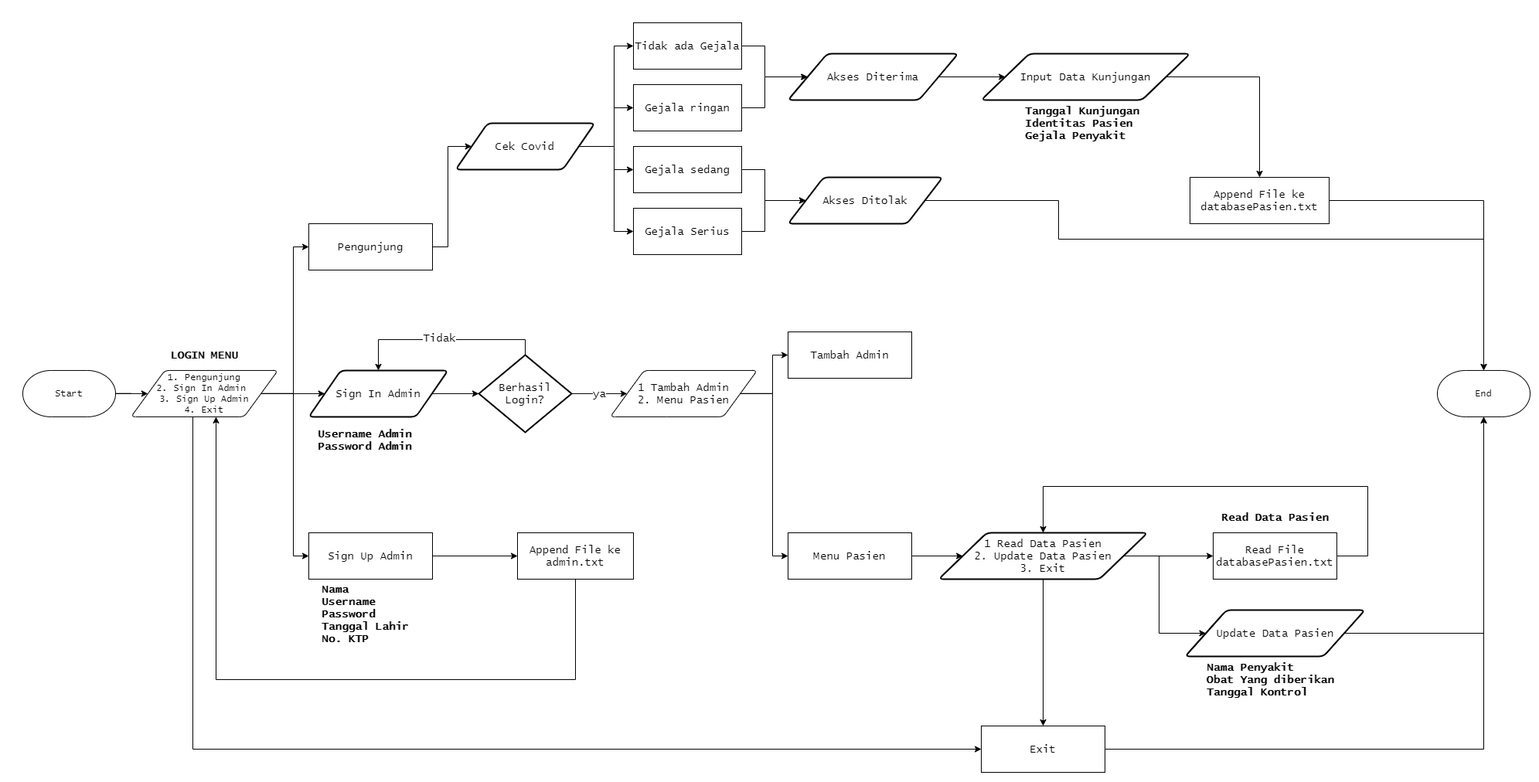
The draw.io diagram Flowchart3.png in kuroyamii/final-project-collaboration, before a commit. Source tidied: cells renumbered, new cells last; positions are measured from the earlier drawing's top-left corner, leaving out a move shared by most shapes.
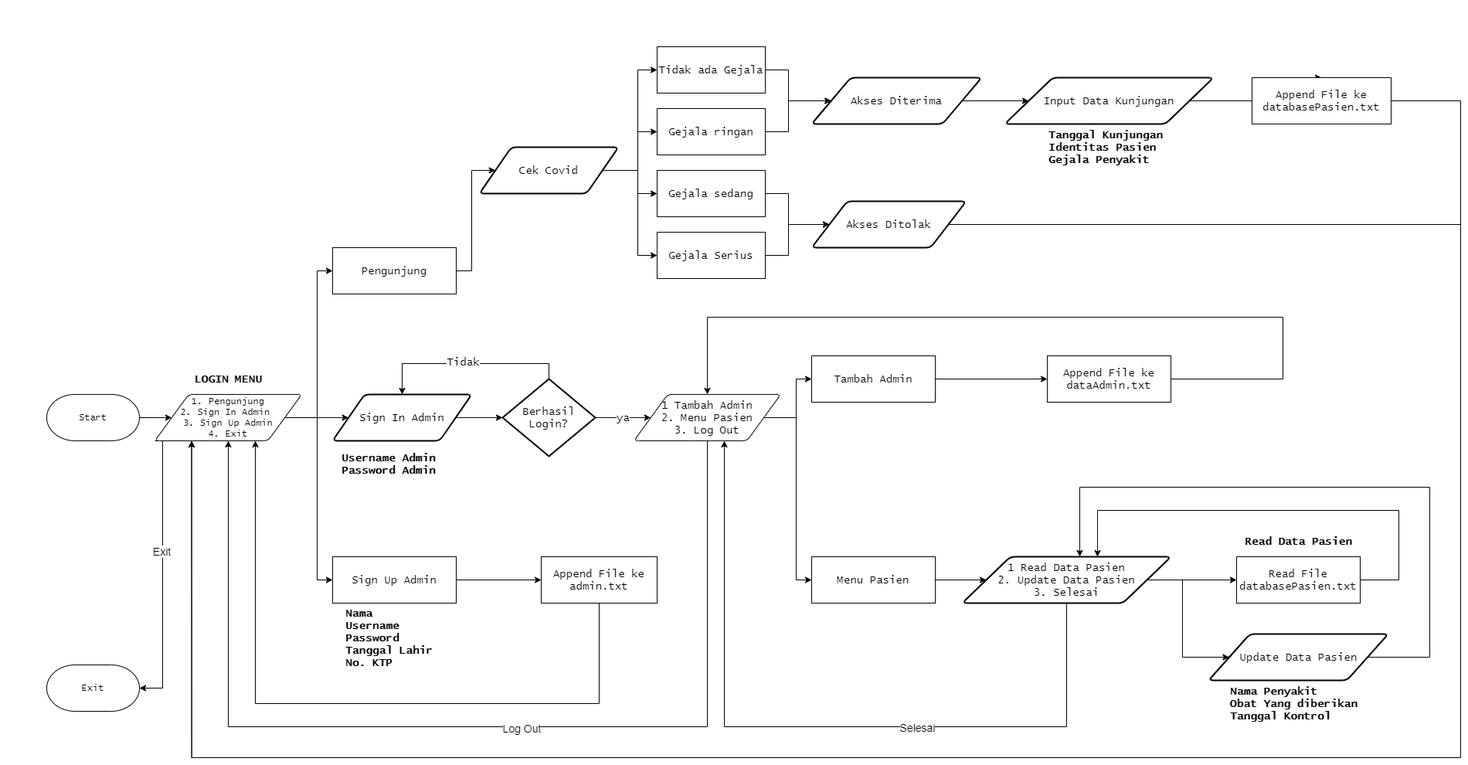
After the change.

What changed in the source:
```diff
@@ -27,13 +27,17 @@
     <mxCell id="6" style="edgeStyle=orthogonalEdgeStyle;rounded=0;jettySize=auto;html=1;fontFamily=Lucida Console;fontSize=14;" parent="1" edge="1" source="8" target="38">
       <mxGeometry relative="1" as="geometry" />
     </mxCell>
-    <mxCell id="7" style="edgeStyle=orthogonalEdgeStyle;rounded=0;jettySize=auto;html=1;entryX=0;entryY=0.5;entryDx=0;entryDy=0;fontFamily=Lucida Console;fontSize=14;" parent="1" edge="1" source="8" target="64">
-      <mxGeometry relative="1" as="geometry">
-        <Array as="points">
-          <mxPoint x="220" y="940" />
-        </Array>
-      </mxGeometry>
-    </mxCell>
+    <mxCell id="65" style="edgeStyle=orthogonalEdgeStyle;rounded=0;jettySize=auto;html=1;exitX=0;exitY=1;exitDx=0;exitDy=0;entryX=1;entryY=0.5;entryDx=0;entryDy=0;entryPerimeter=0;fontSize=14;" parent="1" edge="1" source="8" target="85">
+      <mxGeometry relative="1" as="geometry">
+        <Array as="points">
+          <mxPoint x="150" y="510" />
+          <mxPoint x="150" y="830" />
+        </Array>
+      </mxGeometry>
+    </mxCell>
+    <mxCell id="66" value="Exit" style="edgeLabel;html=1;align=center;verticalAlign=middle;fontSize=14;" parent="65" vertex="1">
+      <mxGeometry x="-0.15" y="-2" relative="1" as="geometry" />
+    </mxCell>
     <mxCell id="8" value="1. Pengunjung&lt;br&gt;2. Sign In Admin&amp;nbsp;&lt;br&gt;3. Sign Up Admin&lt;br&gt;4. Exit" style="shape=parallelogram;html=1;strokeWidth=1;perimeter=parallelogramPerimeter;whiteSpace=wrap;rounded=1;arcSize=12;size=0.23;labelBackgroundColor=none;fontFamily=Lucida Console;align=center;" parent="1" vertex="1">
       <mxGeometry x="140" y="449.9" width="190" height="60" as="geometry" />
     </mxCell>
@@ -102,15 +106,15 @@
     <mxCell id="28" value="Akses Diterima" style="shape=parallelogram;html=1;strokeWidth=2;perimeter=parallelogramPerimeter;whiteSpace=wrap;rounded=1;arcSize=12;size=0.23;labelBackgroundColor=none;fontFamily=Lucida Console;fontSize=14;align=center;" parent="1" vertex="1">
       <mxGeometry x="990" y="40" width="220" height="60" as="geometry" />
     </mxCell>
-    <mxCell id="29" style="edgeStyle=orthogonalEdgeStyle;rounded=0;jettySize=auto;html=1;entryX=0.5;entryY=0;entryDx=0;entryDy=0;entryPerimeter=0;fontFamily=Lucida Console;fontSize=14;" parent="1" edge="1" source="30" target="36">
-      <mxGeometry relative="1" as="geometry">
-        <Array as="points">
-          <mxPoint x="1340" y="230" />
-          <mxPoint x="1340" y="280" />
-          <mxPoint x="1890" y="280" />
-        </Array>
-      </mxGeometry>
-    </mxCell>
+    <mxCell id="67" style="edgeStyle=orthogonalEdgeStyle;rounded=0;jettySize=auto;html=1;entryX=0.25;entryY=1;entryDx=0;entryDy=0;fontSize=14;" parent="1" edge="1" source="30" target="8">
+      <mxGeometry relative="1" as="geometry">
+        <Array as="points">
+          <mxPoint x="1830" y="230" />
+          <mxPoint x="1830" y="920" />
+          <mxPoint x="188" y="920" />
+        </Array>
+      </mxGeometry>
+    </mxCell>
     <mxCell id="30" value="Akses Ditolak" style="shape=parallelogram;html=1;strokeWidth=2;perimeter=parallelogramPerimeter;whiteSpace=wrap;rounded=1;arcSize=12;size=0.23;labelBackgroundColor=none;fontFamily=Lucida Console;fontSize=14;align=center;" parent="1" vertex="1">
       <mxGeometry x="990" y="200" width="200" height="60" as="geometry" />
     </mxCell>
@@ -127,15 +131,18 @@
     <mxCell id="33" value="Tanggal Kunjungan&lt;br&gt;Identitas Pasien&lt;br&gt;&lt;div style=&quot;&quot;&gt;&lt;span&gt;Gejala Penyakit&lt;/span&gt;&lt;/div&gt;" style="text;html=1;align=left;verticalAlign=middle;strokeColor=none;fontSize=14;fontFamily=Lucida Console;fontStyle=1;" parent="1" vertex="1">
       <mxGeometry x="1295" y="100" width="160" height="60" as="geometry" />
     </mxCell>
-    <mxCell id="34" style="edgeStyle=orthogonalEdgeStyle;rounded=0;jettySize=auto;html=1;fontFamily=Lucida Console;fontSize=14;" parent="1" edge="1" source="35" target="36">
-      <mxGeometry relative="1" as="geometry" />
-    </mxCell>
+    <mxCell id="68" style="edgeStyle=orthogonalEdgeStyle;rounded=0;jettySize=auto;html=1;entryX=0.25;entryY=1;entryDx=0;entryDy=0;fontSize=14;" parent="1" edge="1" source="35" target="8">
+      <mxGeometry relative="1" as="geometry">
+        <Array as="points">
+          <mxPoint x="1830" y="70" />
+          <mxPoint x="1830" y="920" />
+          <mxPoint x="188" y="920" />
+        </Array>
+      </mxGeometry>
+    </mxCell>
     <mxCell id="35" value="Append File ke&lt;br&gt;databasePasien.txt" style="rounded=0;whiteSpace=wrap;html=1;labelBackgroundColor=none;fontFamily=Lucida Console;fontSize=14;strokeWidth=1;align=center;" parent="1" vertex="1">
-      <mxGeometry x="1510" y="200" width="180" height="60" as="geometry" />
+      <mxGeometry x="1560" y="40" width="180" height="60" as="geometry" />
     </mxCell>
-    <mxCell id="36" value="End" style="strokeWidth=1;html=1;shape=mxgraph.flowchart.terminator;whiteSpace=wrap;fontFamily=Lucida Console;labelBackgroundColor=none;" parent="1" vertex="1">
-      <mxGeometry x="1830" y="449.9" width="120" height="60" as="geometry" />
-    </mxCell>
     <mxCell id="37" style="edgeStyle=orthogonalEdgeStyle;rounded=0;jettySize=auto;html=1;entryX=0;entryY=0.5;entryDx=0;entryDy=0;entryPerimeter=0;fontFamily=Lucida Console;fontSize=14;" parent="1" edge="1" source="38" target="42">
       <mxGeometry relative="1" as="geometry" />
     </mxCell>
@@ -153,7 +160,7 @@
     <mxCell id="40" value="Tidak" style="edgeLabel;html=1;align=center;verticalAlign=middle;fontSize=14;fontFamily=Lucida Console;" parent="39" vertex="1">
       <mxGeometry x="0.05" y="-3" relative="1" as="geometry" />
     </mxCell>
-    <mxCell id="41" value="ya" style="edgeStyle=orthogonalEdgeStyle;rounded=0;jettySize=auto;html=1;fontFamily=Lucida Console;fontSize=14;" parent="1" edge="1" source="42" target="49">
+    <mxCell id="41" value="ya" style="edgeStyle=orthogonalEdgeStyle;rounded=0;jettySize=auto;html=1;fontFamily=Lucida Console;fontSize=14;" parent="1" edge="1" source="42" target="73">
       <mxGeometry relative="1" as="geometry" />
     </mxCell>
     <mxCell id="42" value="Berhasil Login?" style="strokeWidth=2;html=1;shape=mxgraph.flowchart.decision;whiteSpace=wrap;labelBackgroundColor=none;fontFamily=Lucida Console;fontSize=14;align=center;" parent="1" vertex="1">
@@ -169,77 +176,118 @@
       <mxGeometry relative="1" as="geometry">
         <Array as="points">
           <mxPoint x="715" y="850" />
-          <mxPoint x="250" y="850" />
+          <mxPoint x="270" y="850" />
         </Array>
       </mxGeometry>
     </mxCell>
     <mxCell id="46" value="Append File ke&lt;br&gt;admin.txt" style="rounded=0;whiteSpace=wrap;html=1;labelBackgroundColor=none;fontFamily=Lucida Console;fontSize=14;strokeWidth=1;align=center;" parent="1" vertex="1">
       <mxGeometry x="640" y="660" width="150" height="60" as="geometry" />
     </mxCell>
-    <mxCell id="47" style="edgeStyle=orthogonalEdgeStyle;rounded=0;jettySize=auto;html=1;entryX=0;entryY=0.5;entryDx=0;entryDy=0;fontFamily=Lucida Console;fontSize=14;" parent="1" edge="1" source="49" target="52">
-      <mxGeometry relative="1" as="geometry" />
-    </mxCell>
-    <mxCell id="48" style="edgeStyle=orthogonalEdgeStyle;rounded=0;jettySize=auto;html=1;entryX=0;entryY=0.5;entryDx=0;entryDy=0;fontFamily=Lucida Console;fontSize=14;" parent="1" edge="1" source="49" target="51">
-      <mxGeometry relative="1" as="geometry" />
-    </mxCell>
-    <mxCell id="49" value="1 Tambah Admin&lt;br style=&quot;font-size: 14px;&quot;&gt;2. Menu Pasien" style="shape=parallelogram;html=1;strokeWidth=1;perimeter=parallelogramPerimeter;whiteSpace=wrap;rounded=1;arcSize=12;size=0.23;labelBackgroundColor=none;fontFamily=Lucida Console;align=center;fontSize=14;" parent="1" vertex="1">
-      <mxGeometry x="760" y="449.9" width="190" height="60" as="geometry" />
-    </mxCell>
-    <mxCell id="50" style="edgeStyle=orthogonalEdgeStyle;rounded=0;jettySize=auto;html=1;fontFamily=Lucida Console;fontSize=14;" parent="1" edge="1" source="51" target="56">
-      <mxGeometry relative="1" as="geometry" />
-    </mxCell>
+    <mxCell id="69" style="edgeStyle=orthogonalEdgeStyle;rounded=0;jettySize=auto;html=1;entryX=0;entryY=0.5;entryDx=0;entryDy=0;fontFamily=Lucida Console;fontSize=14;" parent="1" edge="1" source="73" target="52">
+      <mxGeometry relative="1" as="geometry" />
+    </mxCell>
+    <mxCell id="70" style="edgeStyle=orthogonalEdgeStyle;rounded=0;jettySize=auto;html=1;entryX=0;entryY=0.5;entryDx=0;entryDy=0;fontFamily=Lucida Console;fontSize=14;" parent="1" edge="1" source="73" target="51">
+      <mxGeometry relative="1" as="geometry" />
+    </mxCell>
+    <mxCell id="71" style="edgeStyle=orthogonalEdgeStyle;rounded=0;jettySize=auto;html=1;entryX=0.5;entryY=1;entryDx=0;entryDy=0;fontSize=14;" parent="1" edge="1" source="73" target="8">
+      <mxGeometry relative="1" as="geometry">
+        <Array as="points">
+          <mxPoint x="855" y="880" />
+          <mxPoint x="235" y="880" />
+        </Array>
+      </mxGeometry>
+    </mxCell>
+    <mxCell id="72" value="Log Out" style="edgeLabel;html=1;align=center;verticalAlign=middle;fontSize=14;" parent="71" vertex="1">
+      <mxGeometry x="-0.1" y="1" relative="1" as="geometry">
+        <mxPoint x="1" as="offset" />
+      </mxGeometry>
+    </mxCell>
+    <mxCell id="73" value="1 Tambah Admin&lt;br style=&quot;font-size: 14px&quot;&gt;2. Menu Pasien&lt;br&gt;3. Log Out" style="shape=parallelogram;html=1;strokeWidth=1;perimeter=parallelogramPerimeter;whiteSpace=wrap;rounded=1;arcSize=12;size=0.23;labelBackgroundColor=none;fontFamily=Lucida Console;align=center;fontSize=14;" parent="1" vertex="1">
+      <mxGeometry x="760" y="449.9" width="190" height="60" as="geometry" />
+    </mxCell>
+    <mxCell id="74" style="edgeStyle=orthogonalEdgeStyle;rounded=0;jettySize=auto;html=1;fontFamily=Lucida Console;fontSize=14;" parent="1" edge="1" source="51" target="80">
+      <mxGeometry relative="1" as="geometry" />
+    </mxCell>
     <mxCell id="51" value="Menu Pasien" style="rounded=0;whiteSpace=wrap;html=1;labelBackgroundColor=none;fontFamily=Lucida Console;fontSize=14;strokeWidth=1;align=center;" parent="1" vertex="1">
       <mxGeometry x="990" y="660" width="160" height="60" as="geometry" />
     </mxCell>
+    <mxCell id="75" style="edgeStyle=orthogonalEdgeStyle;rounded=0;jettySize=auto;html=1;entryX=0;entryY=0.5;entryDx=0;entryDy=0;fontSize=14;" parent="1" edge="1" source="52" target="84">
+      <mxGeometry relative="1" as="geometry" />
+    </mxCell>
     <mxCell id="52" value="Tambah Admin" style="rounded=0;whiteSpace=wrap;html=1;labelBackgroundColor=none;fontFamily=Lucida Console;fontSize=14;strokeWidth=1;align=center;" parent="1" vertex="1">
       <mxGeometry x="990" y="400" width="160" height="60" as="geometry" />
     </mxCell>
-    <mxCell id="53" style="edgeStyle=orthogonalEdgeStyle;rounded=0;jettySize=auto;html=1;entryX=0;entryY=0.5;entryDx=0;entryDy=0;fontFamily=Lucida Console;fontSize=14;" parent="1" edge="1" source="56" target="58">
-      <mxGeometry relative="1" as="geometry" />
-    </mxCell>
-    <mxCell id="54" style="edgeStyle=orthogonalEdgeStyle;rounded=0;jettySize=auto;html=1;entryX=0;entryY=0.5;entryDx=0;entryDy=0;fontFamily=Lucida Console;fontSize=14;" parent="1" edge="1" source="56" target="61">
-      <mxGeometry relative="1" as="geometry">
-        <Array as="points">
-          <mxPoint x="1470" y="690" />
-          <mxPoint x="1470" y="790" />
-        </Array>
-      </mxGeometry>
-    </mxCell>
-    <mxCell id="55" style="edgeStyle=orthogonalEdgeStyle;rounded=0;jettySize=auto;html=1;entryX=0.5;entryY=0;entryDx=0;entryDy=0;fontFamily=Lucida Console;fontSize=14;" parent="1" edge="1" source="56" target="64">
-      <mxGeometry relative="1" as="geometry" />
-    </mxCell>
-    <mxCell id="56" value="1 Read Data Pasien&lt;br&gt;2. Update Data Pasien&lt;br&gt;3. Exit" style="shape=parallelogram;html=1;strokeWidth=2;perimeter=parallelogramPerimeter;whiteSpace=wrap;rounded=1;arcSize=12;size=0.23;labelBackgroundColor=none;fontFamily=Lucida Console;fontSize=14;align=center;" parent="1" vertex="1">
-      <mxGeometry x="1185" y="660" width="270" height="60" as="geometry" />
-    </mxCell>
-    <mxCell id="57" style="edgeStyle=orthogonalEdgeStyle;rounded=0;jettySize=auto;html=1;entryX=0.5;entryY=0;entryDx=0;entryDy=0;fontFamily=Lucida Console;fontSize=14;" parent="1" edge="1" source="58" target="56">
-      <mxGeometry relative="1" as="geometry">
-        <Array as="points">
-          <mxPoint x="1740" y="690" />
-          <mxPoint x="1740" y="600" />
-          <mxPoint x="1320" y="600" />
-        </Array>
-      </mxGeometry>
-    </mxCell>
+    <mxCell id="76" style="edgeStyle=orthogonalEdgeStyle;rounded=0;jettySize=auto;html=1;entryX=0;entryY=0.5;entryDx=0;entryDy=0;fontFamily=Lucida Console;fontSize=14;" parent="1" edge="1" source="80" target="58">
+      <mxGeometry relative="1" as="geometry" />
+    </mxCell>
+    <mxCell id="77" style="edgeStyle=orthogonalEdgeStyle;rounded=0;jettySize=auto;html=1;entryX=0;entryY=0.5;entryDx=0;entryDy=0;fontFamily=Lucida Console;fontSize=14;" parent="1" edge="1" source="80" target="61">
+      <mxGeometry relative="1" as="geometry">
+        <Array as="points">
+          <mxPoint x="1470" y="690" />
+          <mxPoint x="1470" y="790" />
+        </Array>
+      </mxGeometry>
+    </mxCell>
+    <mxCell id="78" style="edgeStyle=orthogonalEdgeStyle;rounded=0;jettySize=auto;html=1;fontSize=14;" parent="1" edge="1" source="80">
+      <mxGeometry relative="1" as="geometry">
+        <mxPoint x="877" y="510" as="targetPoint" />
+        <Array as="points">
+          <mxPoint x="1320" y="880" />
+          <mxPoint x="877" y="880" />
+        </Array>
+      </mxGeometry>
+    </mxCell>
+    <mxCell id="79" value="Selesai" style="edgeLabel;html=1;align=center;verticalAlign=middle;fontSize=14;" parent="78" vertex="1">
+      <mxGeometry x="-0.27" relative="1" as="geometry" />
+    </mxCell>
+    <mxCell id="80" value="1 Read Data Pasien&lt;br&gt;2. Update Data Pasien&lt;br&gt;3. Selesai" style="shape=parallelogram;html=1;strokeWidth=2;perimeter=parallelogramPerimeter;whiteSpace=wrap;rounded=1;arcSize=12;size=0.23;labelBackgroundColor=none;fontFamily=Lucida Console;fontSize=14;align=center;" parent="1" vertex="1">
+      <mxGeometry x="1185" y="660" width="270" height="60" as="geometry" />
+    </mxCell>
+    <mxCell id="81" style="edgeStyle=orthogonalEdgeStyle;rounded=0;jettySize=auto;html=1;fontSize=14;" parent="1" edge="1" source="58">
+      <mxGeometry relative="1" as="geometry">
+        <mxPoint x="1360" y="660" as="targetPoint" />
+        <Array as="points">
+          <mxPoint x="1750" y="690" />
+          <mxPoint x="1750" y="600" />
+          <mxPoint x="1360" y="600" />
+        </Array>
+      </mxGeometry>
+    </mxCell>
     <mxCell id="58" value="Read File&lt;br&gt;databasePasien.txt" style="rounded=0;whiteSpace=wrap;html=1;labelBackgroundColor=none;fontFamily=Lucida Console;fontSize=14;strokeWidth=1;align=center;" parent="1" vertex="1">
       <mxGeometry x="1540" y="660" width="160" height="60" as="geometry" />
     </mxCell>
     <mxCell id="59" value="Read Data Pasien" style="text;html=1;align=center;verticalAlign=middle;strokeColor=none;fontSize=14;fontFamily=Lucida Console;fontStyle=1;" parent="1" vertex="1">
       <mxGeometry x="1545" y="630" width="150" height="20" as="geometry" />
     </mxCell>
-    <mxCell id="60" style="edgeStyle=orthogonalEdgeStyle;rounded=0;jettySize=auto;html=1;entryX=0.5;entryY=1;entryDx=0;entryDy=0;entryPerimeter=0;fontFamily=Lucida Console;fontSize=14;" parent="1" edge="1" source="61" target="36">
-      <mxGeometry relative="1" as="geometry" />
-    </mxCell>
+    <mxCell id="82" style="edgeStyle=orthogonalEdgeStyle;rounded=0;jettySize=auto;html=1;entryX=0.563;entryY=-0.002;entryDx=0;entryDy=0;entryPerimeter=0;fontSize=14;" parent="1" edge="1" source="61" target="80">
+      <mxGeometry relative="1" as="geometry">
+        <Array as="points">
+          <mxPoint x="1790" y="790" />
+          <mxPoint x="1790" y="570" />
+          <mxPoint x="1337" y="570" />
+        </Array>
+      </mxGeometry>
+    </mxCell>
     <mxCell id="61" value="Update Data Pasien" style="shape=parallelogram;html=1;strokeWidth=2;perimeter=parallelogramPerimeter;whiteSpace=wrap;rounded=1;arcSize=12;size=0.23;labelBackgroundColor=none;fontFamily=Lucida Console;fontSize=14;align=center;" parent="1" vertex="1">
       <mxGeometry x="1503.8" y="760" width="232.5" height="60" as="geometry" />
     </mxCell>
     <mxCell id="62" value="Nama Penyakit&lt;br&gt;Obat Yang diberikan&lt;br&gt;Tanggal Kontrol" style="text;html=1;align=left;verticalAlign=middle;strokeColor=none;fontSize=14;fontFamily=Lucida Console;fontStyle=1;" parent="1" vertex="1">
       <mxGeometry x="1530" y="820" width="180" height="60" as="geometry" />
     </mxCell>
-    <mxCell id="63" style="edgeStyle=orthogonalEdgeStyle;rounded=0;jettySize=auto;html=1;entryX=0.5;entryY=1;entryDx=0;entryDy=0;entryPerimeter=0;fontFamily=Lucida Console;fontSize=14;" parent="1" edge="1" source="64" target="36">
-      <mxGeometry relative="1" as="geometry" />
-    </mxCell>
-    <mxCell id="64" value="Exit" style="rounded=0;whiteSpace=wrap;html=1;labelBackgroundColor=none;fontFamily=Lucida Console;fontSize=14;strokeWidth=1;align=center;" parent="1" vertex="1">
-      <mxGeometry x="1240" y="910" width="160" height="60" as="geometry" />
-    </mxCell>
+    <mxCell id="83" style="edgeStyle=orthogonalEdgeStyle;rounded=0;jettySize=auto;html=1;entryX=0.5;entryY=0;entryDx=0;entryDy=0;fontSize=14;" parent="1" edge="1" source="84" target="73">
+      <mxGeometry relative="1" as="geometry">
+        <Array as="points">
+          <mxPoint x="1600" y="430" />
+          <mxPoint x="1600" y="350" />
+          <mxPoint x="855" y="350" />
+        </Array>
+      </mxGeometry>
+    </mxCell>
+    <mxCell id="84" value="Append File ke&lt;br&gt;dataAdmin.txt" style="rounded=0;whiteSpace=wrap;html=1;labelBackgroundColor=none;fontFamily=Lucida Console;fontSize=14;strokeWidth=1;align=center;" parent="1" vertex="1">
+      <mxGeometry x="1295" y="400" width="160" height="60" as="geometry" />
+    </mxCell>
+    <mxCell id="85" value="Exit" style="strokeWidth=1;html=1;shape=mxgraph.flowchart.terminator;whiteSpace=wrap;fontFamily=Lucida Console;labelBackgroundColor=none;" parent="1" vertex="1">
+      <mxGeometry y="800" width="120" height="60" as="geometry" />
+    </mxCell>
   </root>
 </mxGraphModel>
```
